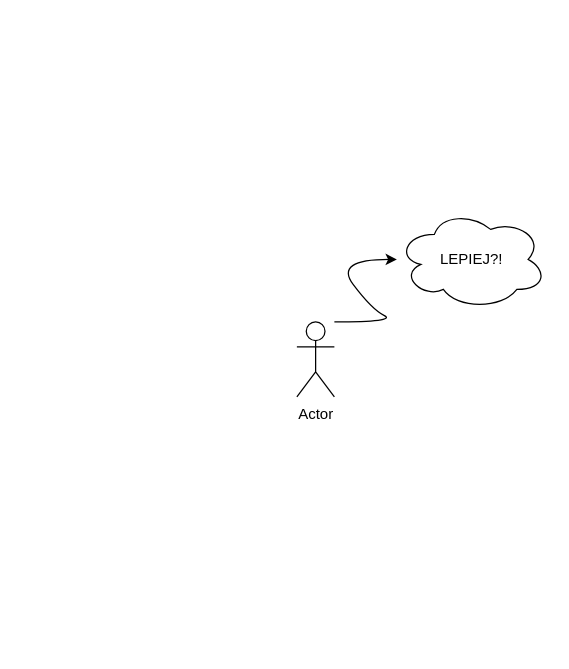
Earlier version of the draw.io diagram Diagram bez tytułu.drawio (Kokarollka/praca-dyplomowa-gr3). Source tidied: cells renumbered, new cells numbered last; positions are measured from the earlier drawing's top-left corner, leaving out a move shared by most shapes. Both pictures are drawn from the tidied source at 125%, with x=0, y=0 at pixel (296, 209).
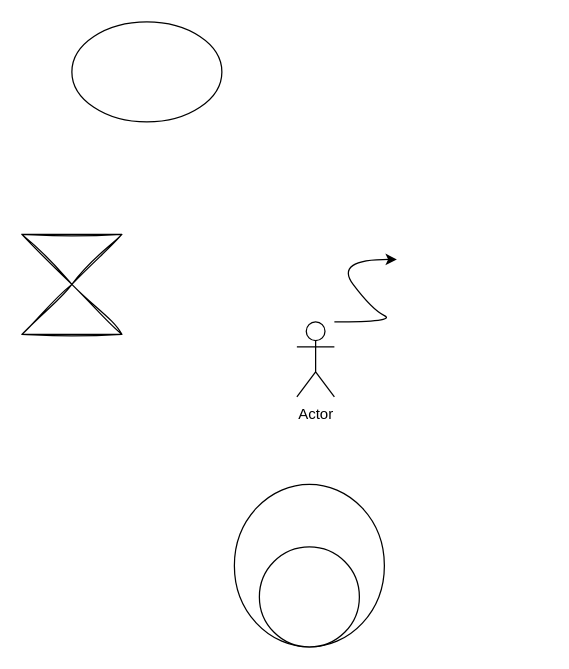
Above is the later version.

What changed in the source:
```diff
@@
 <mxGraphModel>
   <root>
     <mxCell id="0" />
     <mxCell id="1" parent="0" />
     <mxCell id="2" value="Actor" style="shape=umlActor;verticalLabelPosition=bottom;verticalAlign=top;html=1;" parent="1" vertex="1">
       <mxGeometry y="90" width="30" height="60" as="geometry" />
     </mxCell>
-    <mxCell id="3" value="LEPIEJ?!" style="ellipse;shape=cloud;whiteSpace=wrap;html=1;" parent="1" vertex="1">
-      <mxGeometry x="80" width="120" height="80" as="geometry" />
-    </mxCell>
     <mxCell id="4" style="curved=1;endArrow=classic;html=1;rounded=0;" parent="1" edge="1">
       <mxGeometry relative="1" as="geometry">
         <mxPoint x="30" y="90" as="sourcePoint" />
         <mxPoint x="80" y="40" as="targetPoint" />
         <Array as="points">
           <mxPoint x="80" y="90" />
           <mxPoint x="60" y="80" />
           <mxPoint x="30" y="40" />
         </Array>
       </mxGeometry>
     </mxCell>
+    <mxCell id="5" style="ellipse;whiteSpace=wrap;html=1;" parent="1" vertex="1">
+      <mxGeometry x="-50" y="220" width="120" height="130" as="geometry" />
+    </mxCell>
+    <mxCell id="6" style="ellipse;whiteSpace=wrap;html=1;" parent="1" vertex="1">
+      <mxGeometry x="-30" y="270" width="80" height="80" as="geometry" />
+    </mxCell>
+    <mxCell id="7" style="ellipse;whiteSpace=wrap;html=1;" parent="1" vertex="1">
+      <mxGeometry x="-180" y="-150" width="120" height="80" as="geometry" />
+    </mxCell>
+    <mxCell id="8" style="shape=collate;whiteSpace=wrap;html=1;sketch=1;hachureGap=4;jiggle=2;curveFitting=1;fontFamily=Architects Daughter;fontSize=20;" parent="1" vertex="1">
+      <mxGeometry x="-220" y="20" width="80" height="80" as="geometry" />
+    </mxCell>
   </root>
 </mxGraphModel>
```
